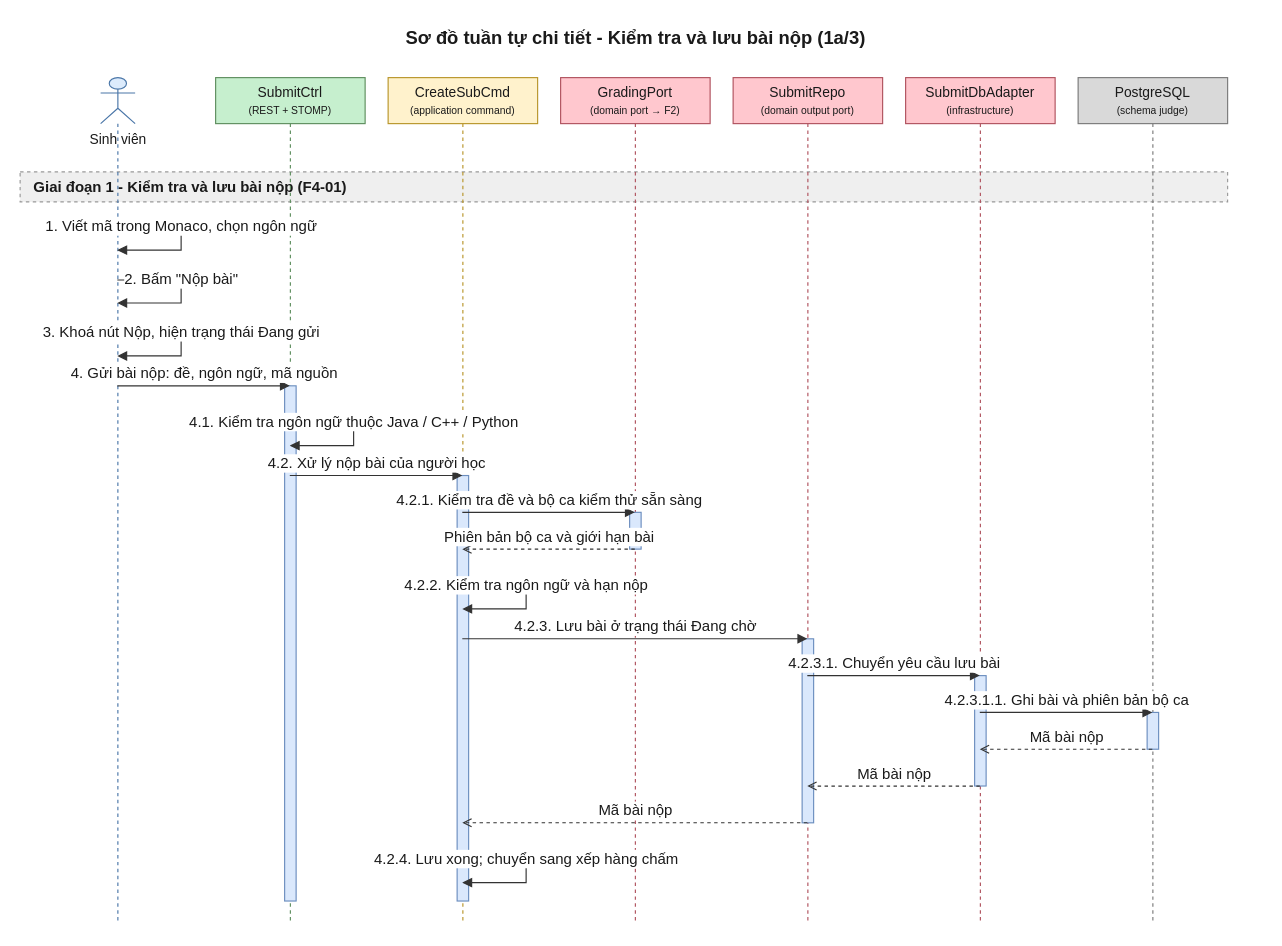
Above: 08-diagram/sequence/user/sequence_user_nop_bai_va_xem_ket_qua_realtime_p1.drawio in daiphu1801/PRJ_ALGOPREP (draw.io), before the change. Source tidied: cells renumbered, new cells numbered last; positions are measured from the earlier drawing's top-left corner, leaving out a move shared by most shapes. Both pictures are drawn from the tidied source at 115%, with x=0, y=0 at pixel (20, 20).
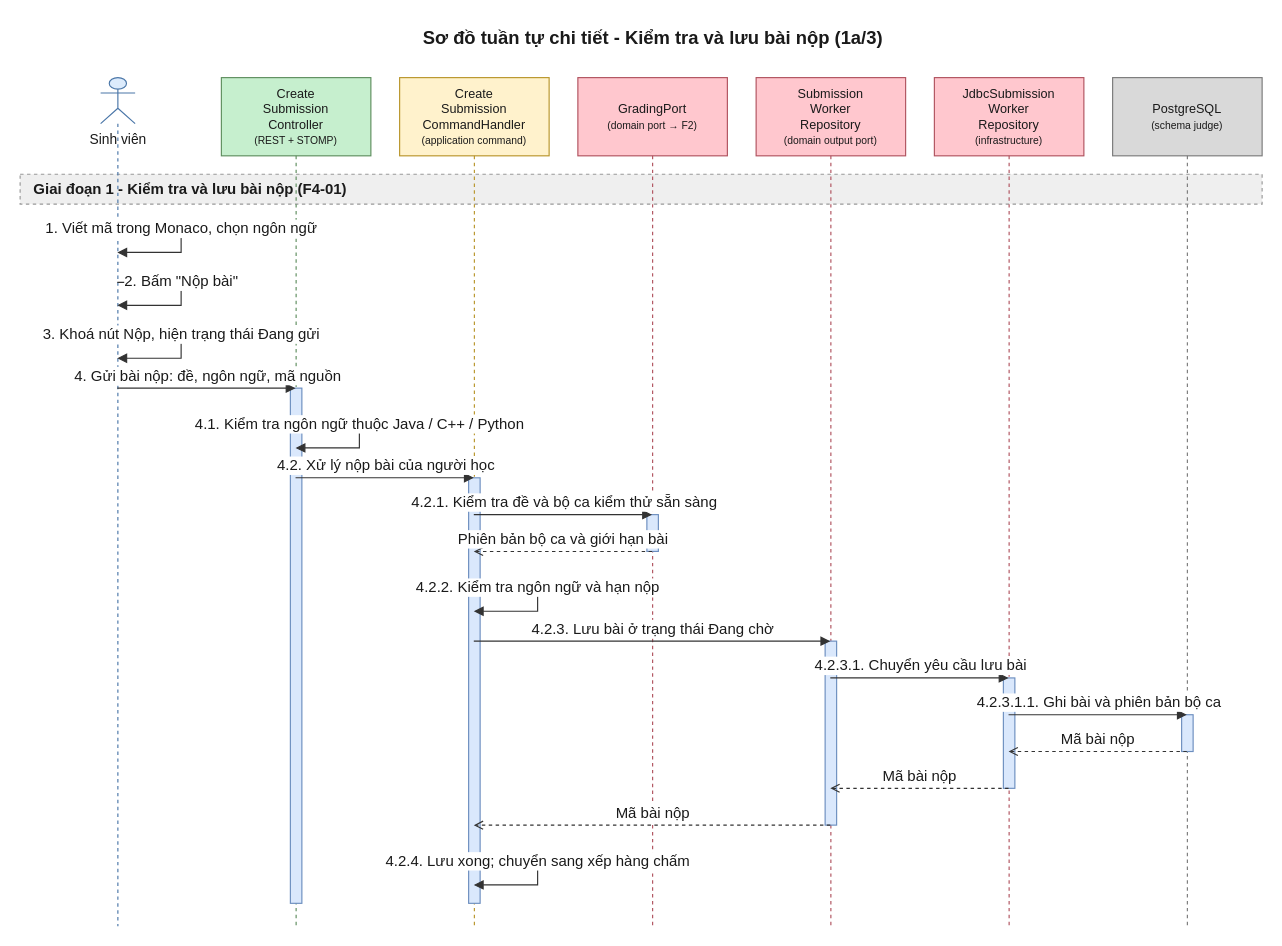
Above is the later version.

What changed in the source:
```diff
@@
     <mxCell id="2" value="Sơ đồ tuần tự chi tiết - Kiểm tra và lưu bài nộp (1a/3)" style="text;html=1;fontSize=16;fontStyle=1;align=center;verticalAlign=middle;fontColor=#1A1A1A;" parent="1" vertex="1">
-      <mxGeometry x="20" width="1030" height="30" as="geometry" />
+      <mxGeometry x="20" width="1060" height="30" as="geometry" />
     </mxCell>
     <mxCell id="3" value="Giai đoạn 1 - Kiểm tra và lưu bài nộp (F4-01)" style="algoprep=phase;rounded=0;whiteSpace=wrap;html=1;fillColor=#EFEFEF;strokeColor=#999999;dashed=1;align=left;verticalAlign=middle;spacingLeft=10;fontColor=#1A1A1A;fontSize=13;fontStyle=1;" parent="1" vertex="1">
-      <mxGeometry y="132" width="1050" height="26" as="geometry" />
+      <mxGeometry y="134" width="1080" height="26" as="geometry" />
     </mxCell>
     <mxCell id="4" value="Sinh viên" style="shape=umlLifeline;participant=umlActor;perimeter=lifelinePerimeter;html=1;outlineConnect=0;size=40;verticalAlign=top;spacingTop=40;fillColor=#DCEBFC;strokeColor=#4A76A8;fontColor=#1A1A1A;" parent="1" vertex="1">
-      <mxGeometry x="70" y="50" width="30" height="736" as="geometry" />
+      <mxGeometry x="70" y="50" width="30" height="738" as="geometry" />
     </mxCell>
-    <mxCell id="5" value="SubmitCtrl&lt;br&gt;&lt;font style=&quot;font-size:9px&quot;&gt;(REST + STOMP)&lt;/font&gt;" style="shape=umlLifeline;perimeter=lifelinePerimeter;whiteSpace=wrap;html=1;outlineConnect=0;size=40;fillColor=#C6EFCE;strokeColor=#5E8E5E;fontColor=#1A1A1A;" parent="1" vertex="1">
-      <mxGeometry x="170" y="50" width="130" height="736" as="geometry" />
+    <mxCell id="5" value="Create&lt;br&gt;Submission&lt;br&gt;Controller&lt;br&gt;&lt;font style=&quot;font-size:9px&quot;&gt;(REST + STOMP)&lt;/font&gt;" style="shape=umlLifeline;perimeter=lifelinePerimeter;whiteSpace=wrap;html=1;outlineConnect=0;size=68;fontSize=11;fillColor=#C6EFCE;strokeColor=#5E8E5E;fontColor=#1A1A1A;" parent="1" vertex="1">
+      <mxGeometry x="175" y="50" width="130" height="738" as="geometry" />
     </mxCell>
-    <mxCell id="6" value="CreateSubCmd&lt;br&gt;&lt;font style=&quot;font-size:9px&quot;&gt;(application command)&lt;/font&gt;" style="shape=umlLifeline;perimeter=lifelinePerimeter;whiteSpace=wrap;html=1;outlineConnect=0;size=40;fillColor=#FFF2CC;strokeColor=#B8952A;fontColor=#1A1A1A;" parent="1" vertex="1">
-      <mxGeometry x="320" y="50" width="130" height="736" as="geometry" />
+    <mxCell id="6" value="Create&lt;br&gt;Submission&lt;br&gt;CommandHandler&lt;br&gt;&lt;font style=&quot;font-size:9px&quot;&gt;(application command)&lt;/font&gt;" style="shape=umlLifeline;perimeter=lifelinePerimeter;whiteSpace=wrap;html=1;outlineConnect=0;size=68;fontSize=11;fillColor=#FFF2CC;strokeColor=#B8952A;fontColor=#1A1A1A;" parent="1" vertex="1">
+      <mxGeometry x="330" y="50" width="130" height="738" as="geometry" />
     </mxCell>
-    <mxCell id="7" value="GradingPort&lt;br&gt;&lt;font style=&quot;font-size:9px&quot;&gt;(domain port → F2)&lt;/font&gt;" style="shape=umlLifeline;perimeter=lifelinePerimeter;whiteSpace=wrap;html=1;outlineConnect=0;size=40;fillColor=#FFC7CE;strokeColor=#B0525E;fontColor=#1A1A1A;" parent="1" vertex="1">
-      <mxGeometry x="470" y="50" width="130" height="736" as="geometry" />
+    <mxCell id="7" value="GradingPort&lt;br&gt;&lt;font style=&quot;font-size:9px&quot;&gt;(domain port → F2)&lt;/font&gt;" style="shape=umlLifeline;perimeter=lifelinePerimeter;whiteSpace=wrap;html=1;outlineConnect=0;size=68;fontSize=11;fillColor=#FFC7CE;strokeColor=#B0525E;fontColor=#1A1A1A;" parent="1" vertex="1">
+      <mxGeometry x="485" y="50" width="130" height="738" as="geometry" />
     </mxCell>
-    <mxCell id="8" value="SubmitRepo&lt;br&gt;&lt;font style=&quot;font-size:9px&quot;&gt;(domain output port)&lt;/font&gt;" style="shape=umlLifeline;perimeter=lifelinePerimeter;whiteSpace=wrap;html=1;outlineConnect=0;size=40;fillColor=#FFC7CE;strokeColor=#B0525E;fontColor=#1A1A1A;" parent="1" vertex="1">
-      <mxGeometry x="620" y="50" width="130" height="736" as="geometry" />
+    <mxCell id="8" value="Submission&lt;br&gt;Worker&lt;br&gt;Repository&lt;br&gt;&lt;font style=&quot;font-size:9px&quot;&gt;(domain output port)&lt;/font&gt;" style="shape=umlLifeline;perimeter=lifelinePerimeter;whiteSpace=wrap;html=1;outlineConnect=0;size=68;fontSize=11;fillColor=#FFC7CE;strokeColor=#B0525E;fontColor=#1A1A1A;" parent="1" vertex="1">
+      <mxGeometry x="640" y="50" width="130" height="738" as="geometry" />
     </mxCell>
-    <mxCell id="9" value="SubmitDbAdapter&lt;br&gt;&lt;font style=&quot;font-size:9px&quot;&gt;(infrastructure)&lt;/font&gt;" style="shape=umlLifeline;perimeter=lifelinePerimeter;whiteSpace=wrap;html=1;outlineConnect=0;size=40;fillColor=#FFC7CE;strokeColor=#B0525E;fontColor=#1A1A1A;" parent="1" vertex="1">
-      <mxGeometry x="770" y="50" width="130" height="736" as="geometry" />
+    <mxCell id="9" value="JdbcSubmission&lt;br&gt;Worker&lt;br&gt;Repository&lt;br&gt;&lt;font style=&quot;font-size:9px&quot;&gt;(infrastructure)&lt;/font&gt;" style="shape=umlLifeline;perimeter=lifelinePerimeter;whiteSpace=wrap;html=1;outlineConnect=0;size=68;fontSize=11;fillColor=#FFC7CE;strokeColor=#B0525E;fontColor=#1A1A1A;" parent="1" vertex="1">
+      <mxGeometry x="795" y="50" width="130" height="738" as="geometry" />
     </mxCell>
-    <mxCell id="10" value="PostgreSQL&lt;br&gt;&lt;font style=&quot;font-size:9px&quot;&gt;(schema judge)&lt;/font&gt;" style="shape=umlLifeline;perimeter=lifelinePerimeter;whiteSpace=wrap;html=1;outlineConnect=0;size=40;fillColor=#D9D9D9;strokeColor=#7A7A7A;fontColor=#1A1A1A;" parent="1" vertex="1">
-      <mxGeometry x="920" y="50" width="130" height="736" as="geometry" />
+    <mxCell id="10" value="PostgreSQL&lt;br&gt;&lt;font style=&quot;font-size:9px&quot;&gt;(schema judge)&lt;/font&gt;" style="shape=umlLifeline;perimeter=lifelinePerimeter;whiteSpace=wrap;html=1;outlineConnect=0;size=68;fontSize=11;fillColor=#D9D9D9;strokeColor=#7A7A7A;fontColor=#1A1A1A;" parent="1" vertex="1">
+      <mxGeometry x="950" y="50" width="130" height="738" as="geometry" />
     </mxCell>
     <mxCell id="11" style="html=1;perimeter=orthogonalPerimeter;targetShapes=umlLifeline;fillColor=#DAE8FC;strokeColor=#6C8EBF;" parent="7" vertex="1">
-      <mxGeometry x="60" y="378" width="10" height="32" as="geometry" />
+      <mxGeometry x="60" y="380" width="10" height="32" as="geometry" />
     </mxCell>
     <mxCell id="12" style="html=1;perimeter=orthogonalPerimeter;targetShapes=umlLifeline;fillColor=#DAE8FC;strokeColor=#6C8EBF;" parent="10" vertex="1">
-      <mxGeometry x="60" y="552" width="10" height="32" as="geometry" />
+      <mxGeometry x="60" y="554" width="10" height="32" as="geometry" />
     </mxCell>
     <mxCell id="13" style="html=1;perimeter=orthogonalPerimeter;targetShapes=umlLifeline;fillColor=#DAE8FC;strokeColor=#6C8EBF;" parent="9" vertex="1">
-      <mxGeometry x="60" y="520" width="10" height="96" as="geometry" />
+      <mxGeometry x="60" y="522" width="10" height="96" as="geometry" />
     </mxCell>
     <mxCell id="14" style="html=1;perimeter=orthogonalPerimeter;targetShapes=umlLifeline;fillColor=#DAE8FC;strokeColor=#6C8EBF;" parent="8" vertex="1">
-      <mxGeometry x="60" y="488" width="10" height="160" as="geometry" />
+      <mxGeometry x="60" y="490" width="10" height="160" as="geometry" />
     </mxCell>
     <mxCell id="15" style="html=1;perimeter=orthogonalPerimeter;targetShapes=umlLifeline;fillColor=#DAE8FC;strokeColor=#6C8EBF;" parent="5" vertex="1">
-      <mxGeometry x="60" y="268" width="10" height="448" as="geometry" />
+      <mxGeometry x="60" y="270" width="10" height="448" as="geometry" />
     </mxCell>
     <mxCell id="16" style="html=1;perimeter=orthogonalPerimeter;targetShapes=umlLifeline;fillColor=#DAE8FC;strokeColor=#6C8EBF;" parent="6" vertex="1">
-      <mxGeometry x="60" y="346" width="10" height="370" as="geometry" />
+      <mxGeometry x="60" y="348" width="10" height="370" as="geometry" />
     </mxCell>
-    <mxCell id="17" value="1. Viết mã trong Monaco, chọn ngôn ngữ" style="edgeStyle=orthogonalEdgeStyle;rounded=0;html=1;endArrow=block;endFill=1;strokeColor=#333333;fontColor=#1A1A1A;fontSize=13;verticalAlign=bottom;exitX=0.5;exitY=0.1766;exitDx=0;exitDy=0;entryX=0.5;entryY=0.2038;entryDx=0;entryDy=0;" parent="1" edge="1" source="4" target="4">
+    <mxCell id="17" value="1. Viết mã trong Monaco, chọn ngôn ngữ" style="edgeStyle=orthogonalEdgeStyle;rounded=0;html=1;endArrow=block;endFill=1;strokeColor=#333333;fontColor=#1A1A1A;fontSize=13;verticalAlign=bottom;exitX=0.5;exitY=0.1789;exitDx=0;exitDy=0;entryX=0.5;entryY=0.2060;entryDx=0;entryDy=0;" parent="1" edge="1" source="4" target="4">
       <mxGeometry relative="1" as="geometry">
         <Array as="points">
-          <mxPoint x="140" y="180" />
-          <mxPoint x="140" y="200" />
+          <mxPoint x="140" y="182" />
+          <mxPoint x="140" y="202" />
         </Array>
       </mxGeometry>
     </mxCell>
-    <mxCell id="18" value="2. Bấm &quot;Nộp bài&quot;" style="edgeStyle=orthogonalEdgeStyle;rounded=0;html=1;endArrow=block;endFill=1;strokeColor=#333333;fontColor=#1A1A1A;fontSize=13;verticalAlign=bottom;exitX=0.5;exitY=0.2391;exitDx=0;exitDy=0;entryX=0.5;entryY=0.2663;entryDx=0;entryDy=0;" parent="1" edge="1" source="4" target="4">
+    <mxCell id="18" value="2. Bấm &quot;Nộp bài&quot;" style="edgeStyle=orthogonalEdgeStyle;rounded=0;html=1;endArrow=block;endFill=1;strokeColor=#333333;fontColor=#1A1A1A;fontSize=13;verticalAlign=bottom;exitX=0.5;exitY=0.2412;exitDx=0;exitDy=0;entryX=0.5;entryY=0.2683;entryDx=0;entryDy=0;" parent="1" edge="1" source="4" target="4">
       <mxGeometry relative="1" as="geometry">
         <Array as="points">
-          <mxPoint x="140" y="226" />
-          <mxPoint x="140" y="246" />
+          <mxPoint x="140" y="228" />
+          <mxPoint x="140" y="248" />
         </Array>
       </mxGeometry>
     </mxCell>
-    <mxCell id="19" value="3. Khoá nút Nộp, hiện trạng thái Đang gửi" style="edgeStyle=orthogonalEdgeStyle;rounded=0;html=1;endArrow=block;endFill=1;strokeColor=#333333;fontColor=#1A1A1A;fontSize=13;verticalAlign=bottom;exitX=0.5;exitY=0.3016;exitDx=0;exitDy=0;entryX=0.5;entryY=0.3288;entryDx=0;entryDy=0;" parent="1" edge="1" source="4" target="4">
+    <mxCell id="19" value="3. Khoá nút Nộp, hiện trạng thái Đang gửi" style="edgeStyle=orthogonalEdgeStyle;rounded=0;html=1;endArrow=block;endFill=1;strokeColor=#333333;fontColor=#1A1A1A;fontSize=13;verticalAlign=bottom;exitX=0.5;exitY=0.3035;exitDx=0;exitDy=0;entryX=0.5;entryY=0.3306;entryDx=0;entryDy=0;" parent="1" edge="1" source="4" target="4">
       <mxGeometry relative="1" as="geometry">
         <Array as="points">
-          <mxPoint x="140" y="272" />
-          <mxPoint x="140" y="292" />
+          <mxPoint x="140" y="274" />
+          <mxPoint x="140" y="294" />
         </Array>
       </mxGeometry>
     </mxCell>
-    <mxCell id="20" value="4. Gửi bài nộp: đề, ngôn ngữ, mã nguồn" style="edgeStyle=none;html=1;endArrow=block;endFill=1;strokeColor=#333333;fontColor=#1A1A1A;fontSize=13;verticalAlign=bottom;exitX=0.5;exitY=0.3641;exitDx=0;exitDy=0;entryX=0.5;entryY=0.3641;entryDx=0;entryDy=0;" parent="1" edge="1" source="4" target="5">
+    <mxCell id="20" value="4. Gửi bài nộp: đề, ngôn ngữ, mã nguồn" style="edgeStyle=none;html=1;endArrow=block;endFill=1;strokeColor=#333333;fontColor=#1A1A1A;fontSize=13;verticalAlign=bottom;exitX=0.5;exitY=0.3659;exitDx=0;exitDy=0;entryX=0.5;entryY=0.3659;entryDx=0;entryDy=0;" parent="1" edge="1" source="4" target="5">
       <mxGeometry relative="1" as="geometry" />
     </mxCell>
-    <mxCell id="21" value="4.1. Kiểm tra ngôn ngữ thuộc Java / C++ / Python" style="edgeStyle=orthogonalEdgeStyle;rounded=0;html=1;endArrow=block;endFill=1;strokeColor=#333333;fontColor=#1A1A1A;fontSize=13;verticalAlign=bottom;exitX=0.5;exitY=0.4076;exitDx=0;exitDy=0;entryX=0.5;entryY=0.4348;entryDx=0;entryDy=0;" parent="1" edge="1" source="5" target="5">
+    <mxCell id="21" value="4.1. Kiểm tra ngôn ngữ thuộc Java / C++ / Python" style="edgeStyle=orthogonalEdgeStyle;rounded=0;html=1;endArrow=block;endFill=1;strokeColor=#333333;fontColor=#1A1A1A;fontSize=13;verticalAlign=bottom;exitX=0.5;exitY=0.4092;exitDx=0;exitDy=0;entryX=0.5;entryY=0.4363;entryDx=0;entryDy=0;" parent="1" edge="1" source="5" target="5">
       <mxGeometry relative="1" as="geometry">
         <Array as="points">
-          <mxPoint x="290" y="350" />
-          <mxPoint x="290" y="370" />
+          <mxPoint x="295" y="352" />
+          <mxPoint x="295" y="372" />
         </Array>
       </mxGeometry>
     </mxCell>
-    <mxCell id="22" value="4.2. Xử lý nộp bài của người học" style="edgeStyle=none;html=1;endArrow=block;endFill=1;strokeColor=#333333;fontColor=#1A1A1A;fontSize=13;verticalAlign=bottom;exitX=0.5;exitY=0.4701;exitDx=0;exitDy=0;entryX=0.5;entryY=0.4701;entryDx=0;entryDy=0;" parent="1" edge="1" source="5" target="6">
+    <mxCell id="22" value="4.2. Xử lý nộp bài của người học" style="edgeStyle=none;html=1;endArrow=block;endFill=1;strokeColor=#333333;fontColor=#1A1A1A;fontSize=13;verticalAlign=bottom;exitX=0.5;exitY=0.4715;exitDx=0;exitDy=0;entryX=0.5;entryY=0.4715;entryDx=0;entryDy=0;" parent="1" edge="1" source="5" target="6">
       <mxGeometry relative="1" as="geometry" />
     </mxCell>
-    <mxCell id="23" value="4.2.1. Kiểm tra đề và bộ ca kiểm thử sẵn sàng" style="edgeStyle=none;html=1;endArrow=block;endFill=1;strokeColor=#333333;fontColor=#1A1A1A;fontSize=13;verticalAlign=bottom;exitX=0.5;exitY=0.5136;exitDx=0;exitDy=0;entryX=0.5;entryY=0.5136;entryDx=0;entryDy=0;" parent="1" edge="1" source="6" target="7">
+    <mxCell id="23" value="4.2.1. Kiểm tra đề và bộ ca kiểm thử sẵn sàng" style="edgeStyle=none;html=1;endArrow=block;endFill=1;strokeColor=#333333;fontColor=#1A1A1A;fontSize=13;verticalAlign=bottom;exitX=0.5;exitY=0.5149;exitDx=0;exitDy=0;entryX=0.5;entryY=0.5149;entryDx=0;entryDy=0;" parent="1" edge="1" source="6" target="7">
       <mxGeometry relative="1" as="geometry" />
     </mxCell>
-    <mxCell id="24" value="Phiên bản bộ ca và giới hạn bài" style="edgeStyle=none;html=1;endArrow=open;endFill=0;dashed=1;strokeColor=#333333;fontColor=#1A1A1A;fontSize=13;verticalAlign=bottom;exitX=0.5;exitY=0.5571;exitDx=0;exitDy=0;entryX=0.5;entryY=0.5571;entryDx=0;entryDy=0;" parent="1" edge="1" source="7" target="6">
+    <mxCell id="24" value="Phiên bản bộ ca và giới hạn bài" style="edgeStyle=none;html=1;endArrow=open;endFill=0;dashed=1;strokeColor=#333333;fontColor=#1A1A1A;fontSize=13;verticalAlign=bottom;exitX=0.5;exitY=0.5583;exitDx=0;exitDy=0;entryX=0.5;entryY=0.5583;entryDx=0;entryDy=0;" parent="1" edge="1" source="7" target="6">
       <mxGeometry relative="1" as="geometry" />
     </mxCell>
-    <mxCell id="25" value="4.2.2. Kiểm tra ngôn ngữ và hạn nộp" style="edgeStyle=orthogonalEdgeStyle;rounded=0;html=1;endArrow=block;endFill=1;strokeColor=#333333;fontColor=#1A1A1A;fontSize=13;verticalAlign=bottom;exitX=0.5;exitY=0.6005;exitDx=0;exitDy=0;entryX=0.5;entryY=0.6277;entryDx=0;entryDy=0;" parent="1" edge="1" source="6" target="6">
+    <mxCell id="25" value="4.2.2. Kiểm tra ngôn ngữ và hạn nộp" style="edgeStyle=orthogonalEdgeStyle;rounded=0;html=1;endArrow=block;endFill=1;strokeColor=#333333;fontColor=#1A1A1A;fontSize=13;verticalAlign=bottom;exitX=0.5;exitY=0.6016;exitDx=0;exitDy=0;entryX=0.5;entryY=0.6287;entryDx=0;entryDy=0;" parent="1" edge="1" source="6" target="6">
       <mxGeometry relative="1" as="geometry">
         <Array as="points">
-          <mxPoint x="440" y="492" />
-          <mxPoint x="440" y="512" />
+          <mxPoint x="450" y="494" />
+          <mxPoint x="450" y="514" />
         </Array>
       </mxGeometry>
     </mxCell>
-    <mxCell id="26" value="4.2.3. Lưu bài ở trạng thái Đang chờ" style="edgeStyle=none;html=1;endArrow=block;endFill=1;strokeColor=#333333;fontColor=#1A1A1A;fontSize=13;verticalAlign=bottom;exitX=0.5;exitY=0.6630;exitDx=0;exitDy=0;entryX=0.5;entryY=0.6630;entryDx=0;entryDy=0;" parent="1" edge="1" source="6" target="8">
+    <mxCell id="26" value="4.2.3. Lưu bài ở trạng thái Đang chờ" style="edgeStyle=none;html=1;endArrow=block;endFill=1;strokeColor=#333333;fontColor=#1A1A1A;fontSize=13;verticalAlign=bottom;exitX=0.5;exitY=0.6640;exitDx=0;exitDy=0;entryX=0.5;entryY=0.6640;entryDx=0;entryDy=0;" parent="1" edge="1" source="6" target="8">
       <mxGeometry relative="1" as="geometry" />
     </mxCell>
-    <mxCell id="27" value="4.2.3.1. Chuyển yêu cầu lưu bài" style="edgeStyle=none;html=1;endArrow=block;endFill=1;strokeColor=#333333;fontColor=#1A1A1A;fontSize=13;verticalAlign=bottom;exitX=0.5;exitY=0.7065;exitDx=0;exitDy=0;entryX=0.5;entryY=0.7065;entryDx=0;entryDy=0;" parent="1" edge="1" source="8" target="9">
+    <mxCell id="27" value="4.2.3.1. Chuyển yêu cầu lưu bài" style="edgeStyle=none;html=1;endArrow=block;endFill=1;strokeColor=#333333;fontColor=#1A1A1A;fontSize=13;verticalAlign=bottom;exitX=0.5;exitY=0.7073;exitDx=0;exitDy=0;entryX=0.5;entryY=0.7073;entryDx=0;entryDy=0;" parent="1" edge="1" source="8" target="9">
       <mxGeometry relative="1" as="geometry" />
     </mxCell>
-    <mxCell id="28" value="4.2.3.1.1. Ghi bài và phiên bản bộ ca" style="edgeStyle=none;html=1;endArrow=block;endFill=1;strokeColor=#333333;fontColor=#1A1A1A;fontSize=13;verticalAlign=bottom;exitX=0.5;exitY=0.7500;exitDx=0;exitDy=0;entryX=0.5;entryY=0.7500;entryDx=0;entryDy=0;" parent="1" edge="1" source="9" target="10">
+    <mxCell id="28" value="4.2.3.1.1. Ghi bài và phiên bản bộ ca" style="edgeStyle=none;html=1;endArrow=block;endFill=1;strokeColor=#333333;fontColor=#1A1A1A;fontSize=13;verticalAlign=bottom;exitX=0.5;exitY=0.7507;exitDx=0;exitDy=0;entryX=0.5;entryY=0.7507;entryDx=0;entryDy=0;" parent="1" edge="1" source="9" target="10">
       <mxGeometry relative="1" as="geometry" />
     </mxCell>
-    <mxCell id="29" value="Mã bài nộp" style="edgeStyle=none;html=1;endArrow=open;endFill=0;dashed=1;strokeColor=#333333;fontColor=#1A1A1A;fontSize=13;verticalAlign=bottom;exitX=0.5;exitY=0.7935;exitDx=0;exitDy=0;entryX=0.5;entryY=0.7935;entryDx=0;entryDy=0;" parent="1" edge="1" source="10" target="9">
+    <mxCell id="29" value="Mã bài nộp" style="edgeStyle=none;html=1;endArrow=open;endFill=0;dashed=1;strokeColor=#333333;fontColor=#1A1A1A;fontSize=13;verticalAlign=bottom;exitX=0.5;exitY=0.7940;exitDx=0;exitDy=0;entryX=0.5;entryY=0.7940;entryDx=0;entryDy=0;" parent="1" edge="1" source="10" target="9">
       <mxGeometry relative="1" as="geometry" />
     </mxCell>
-    <mxCell id="30" value="Mã bài nộp" style="edgeStyle=none;html=1;endArrow=open;endFill=0;dashed=1;strokeColor=#333333;fontColor=#1A1A1A;fontSize=13;verticalAlign=bottom;exitX=0.5;exitY=0.8370;exitDx=0;exitDy=0;entryX=0.5;entryY=0.8370;entryDx=0;entryDy=0;" parent="1" edge="1" source="9" target="8">
+    <mxCell id="30" value="Mã bài nộp" style="edgeStyle=none;html=1;endArrow=open;endFill=0;dashed=1;strokeColor=#333333;fontColor=#1A1A1A;fontSize=13;verticalAlign=bottom;exitX=0.5;exitY=0.8374;exitDx=0;exitDy=0;entryX=0.5;entryY=0.8374;entryDx=0;entryDy=0;" parent="1" edge="1" source="9" target="8">
       <mxGeometry relative="1" as="geometry" />
     </mxCell>
-    <mxCell id="31" value="Mã bài nộp" style="edgeStyle=none;html=1;endArrow=open;endFill=0;dashed=1;strokeColor=#333333;fontColor=#1A1A1A;fontSize=13;verticalAlign=bottom;exitX=0.5;exitY=0.8804;exitDx=0;exitDy=0;entryX=0.5;entryY=0.8804;entryDx=0;entryDy=0;" parent="1" edge="1" source="8" target="6">
+    <mxCell id="31" value="Mã bài nộp" style="edgeStyle=none;html=1;endArrow=open;endFill=0;dashed=1;strokeColor=#333333;fontColor=#1A1A1A;fontSize=13;verticalAlign=bottom;exitX=0.5;exitY=0.8808;exitDx=0;exitDy=0;entryX=0.5;entryY=0.8808;entryDx=0;entryDy=0;" parent="1" edge="1" source="8" target="6">
       <mxGeometry relative="1" as="geometry" />
     </mxCell>
-    <mxCell id="32" value="4.2.4. Lưu xong; chuyển sang xếp hàng chấm" style="edgeStyle=orthogonalEdgeStyle;rounded=0;html=1;endArrow=block;endFill=1;strokeColor=#333333;fontColor=#1A1A1A;fontSize=13;verticalAlign=bottom;exitX=0.5;exitY=0.9239;exitDx=0;exitDy=0;entryX=0.5;entryY=0.9511;entryDx=0;entryDy=0;" parent="1" edge="1" source="6" target="6">
+    <mxCell id="32" value="4.2.4. Lưu xong; chuyển sang xếp hàng chấm" style="edgeStyle=orthogonalEdgeStyle;rounded=0;html=1;endArrow=block;endFill=1;strokeColor=#333333;fontColor=#1A1A1A;fontSize=13;verticalAlign=bottom;exitX=0.5;exitY=0.9241;exitDx=0;exitDy=0;entryX=0.5;entryY=0.9512;entryDx=0;entryDy=0;" parent="1" edge="1" source="6" target="6">
       <mxGeometry relative="1" as="geometry">
         <Array as="points">
-          <mxPoint x="440" y="730" />
-          <mxPoint x="440" y="750" />
+          <mxPoint x="450" y="732" />
+          <mxPoint x="450" y="752" />
         </Array>
       </mxGeometry>
     </mxCell>
```
